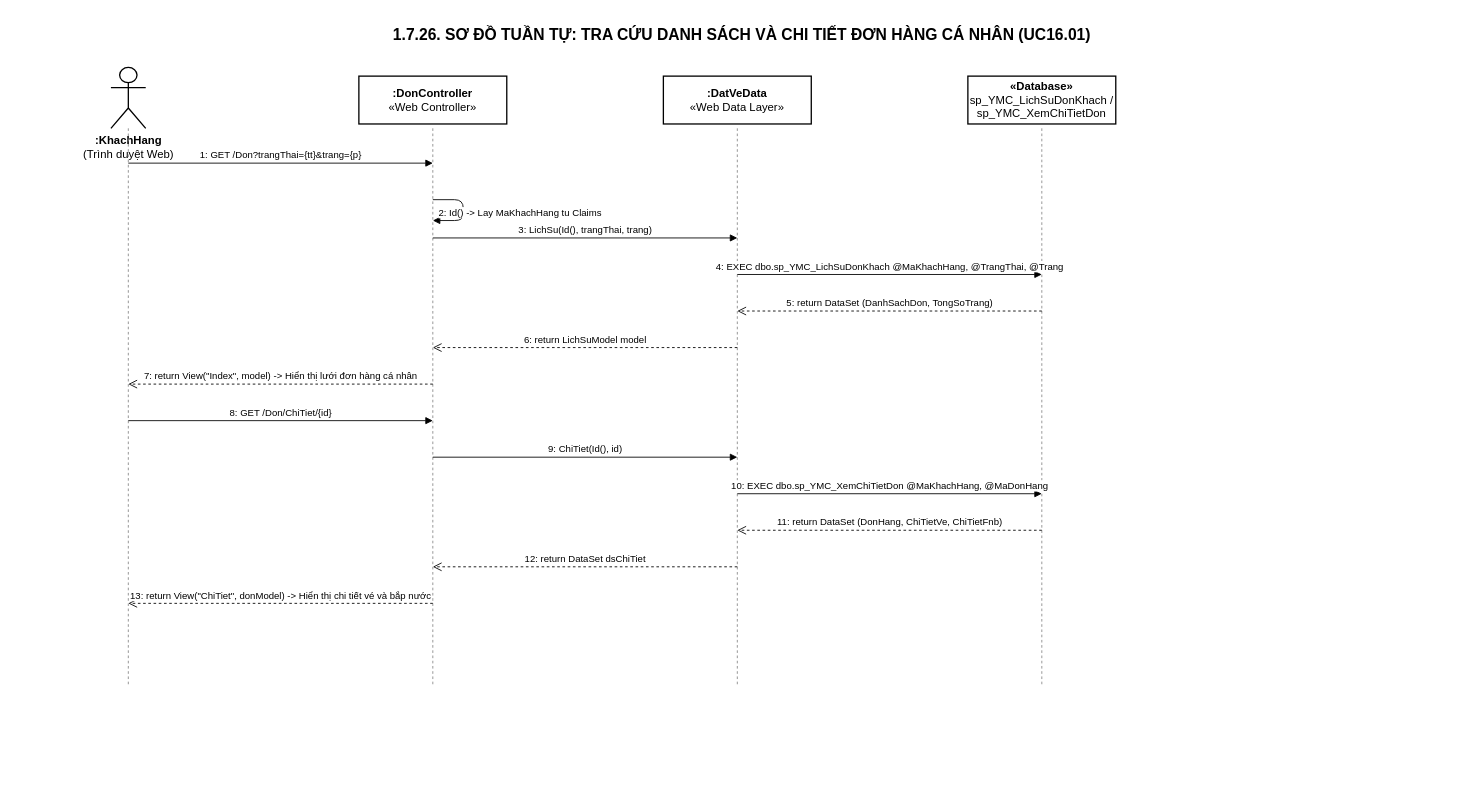
ThanhDat-png/YeuMinhEmCinema keeps this draw.io diagram as Docs/Diagrams/23-Sequence-26-TraCuuDonHangWeb.drawio. Above is the earlier version. Source tidied: cells renumbered, new cells numbered last; positions are measured from the earlier drawing's top-left corner, leaving out a move shared by most shapes. Both pictures are drawn from the tidied source at 87%, with x=0, y=0 at pixel (32, 19).
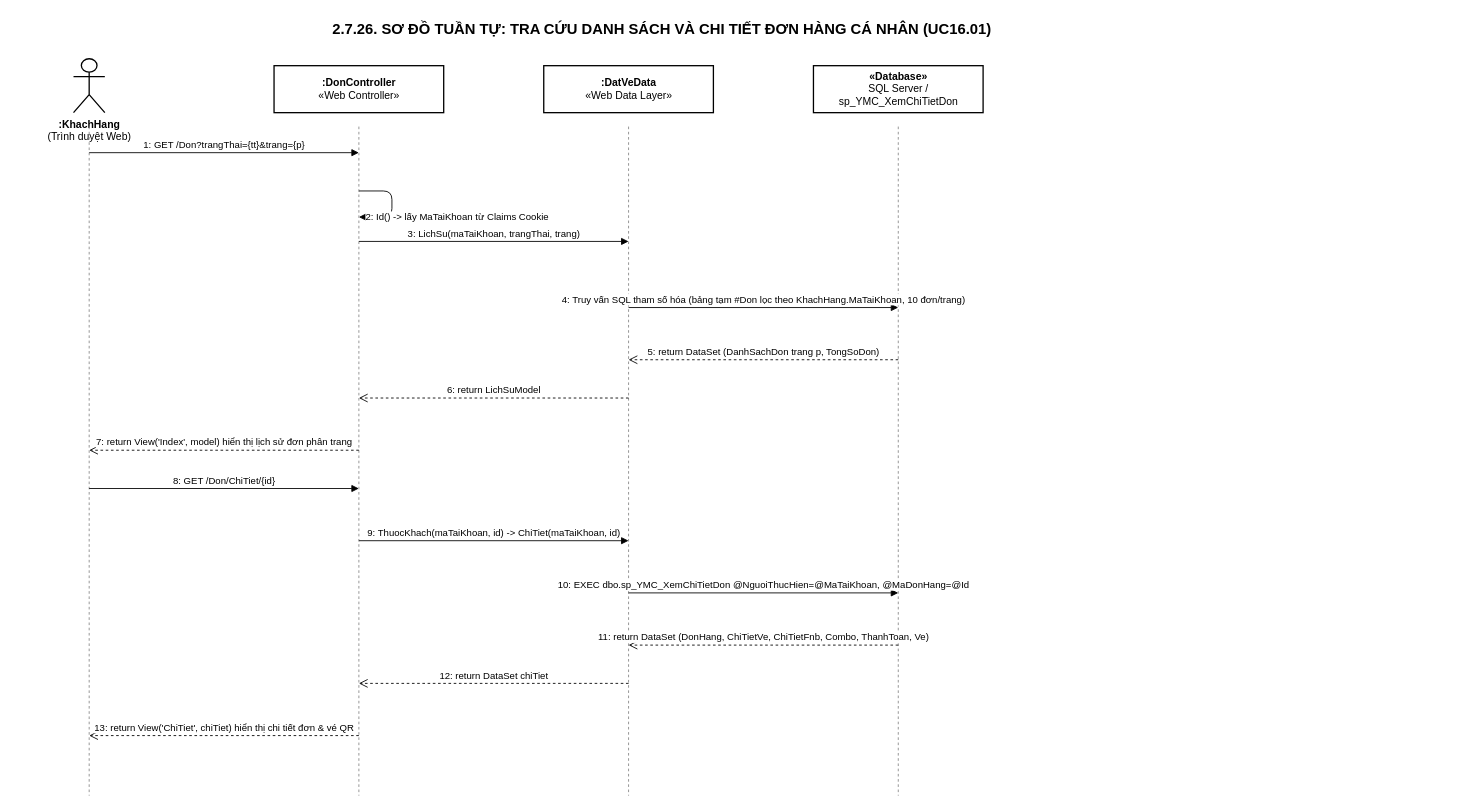
Above is the later version.

The edit, as a diff of the source:
```diff
@@
-    <mxCell id="2" value="1.7.26. SƠ ĐỒ TUẦN TỰ: TRA CỨU DANH SÁCH VÀ CHI TIẾT ĐƠN HÀNG CÁ NHÂN (UC16.01)" style="text;html=1;align=center;verticalAlign=middle;fontFamily=Arial;fontSize=18;fontStyle=1;fontColor=#000000;fillColor=none;strokeColor=none;" parent="1" vertex="1">
-      <mxGeometry width="1630" height="35" as="geometry" />
+    <mxCell id="2" value="2.7.26. SƠ ĐỒ TUẦN TỰ: TRA CỨU DANH SÁCH VÀ CHI TIẾT ĐƠN HÀNG CÁ NHÂN (UC16.01)" style="text;html=1;align=center;verticalAlign=middle;fontFamily=Arial;fontSize=17;fontStyle=1;fontColor=#000000;fillColor=none;strokeColor=none;" parent="1" vertex="1">
+      <mxGeometry x="-20" y="-5" width="1485" height="34" as="geometry" />
     </mxCell>
-    <mxCell id="3" value="&lt;b&gt;:KhachHang&lt;/b&gt;&lt;br&gt;(Trình duyệt Web)" style="shape=umlActor;verticalLabelPosition=bottom;verticalAlign=top;html=1;fontFamily=Arial;fontSize=13;fontColor=#000000;strokeColor=#000000;strokeWidth=1.5;fillColor=#ffffff;" parent="1" vertex="1">
-      <mxGeometry x="90" y="55" width="40" height="70" as="geometry" />
+    <mxCell id="3" value="&lt;b&gt;:KhachHang&lt;/b&gt;&lt;br&gt;(Trình duyệt Web)" style="shape=umlActor;verticalLabelPosition=bottom;verticalAlign=top;html=1;fontFamily=Arial;fontSize=12;fontColor=#000000;strokeColor=#000000;strokeWidth=1.5;fillColor=#ffffff;" parent="1" vertex="1">
+      <mxGeometry x="47" y="45" width="36" height="62" as="geometry" />
     </mxCell>
-    <mxCell id="4" style="line;strokeWidth=1;dashed=1;labelPosition=top;verticalLabelPosition=bottom;align=center;verticalAlign=top;strokeColor=#888888;direction=south;" parent="1" vertex="1">
-      <mxGeometry x="105" y="125" width="10" height="640" as="geometry" />
-    </mxCell>
+    <mxCell id="24" style="line;strokeWidth=1;dashed=1;strokeColor=#888888;direction=south;" parent="1" vertex="1">
+      <mxGeometry x="60" y="123" width="10" height="769" as="geometry" />
+    </mxCell>
-    <mxCell id="5" value="&lt;b&gt;:DonController&lt;/b&gt;&lt;br&gt;«Web Controller»" style="rounded=0;whiteSpace=wrap;html=1;fontFamily=Arial;fontSize=13;fillColor=#ffffff;strokeColor=#000000;strokeWidth=1.5;fontColor=#000000;" parent="1" vertex="1">
-      <mxGeometry x="375" y="65" width="170" height="55" as="geometry" />
+    <mxCell id="5" value="&lt;b&gt;:DonController&lt;/b&gt;&lt;br&gt;«Web Controller»" style="rounded=0;whiteSpace=wrap;html=1;fontFamily=Arial;fontSize=12;fillColor=#ffffff;strokeColor=#000000;strokeWidth=1.5;fontColor=#000000;" parent="1" vertex="1">
+      <mxGeometry x="277.5" y="53" width="195" height="54" as="geometry" />
     </mxCell>
-    <mxCell id="6" style="line;strokeWidth=1;dashed=1;labelPosition=top;verticalLabelPosition=bottom;align=center;verticalAlign=top;strokeColor=#888888;direction=south;" parent="1" vertex="1">
-      <mxGeometry x="455" y="125" width="10" height="640" as="geometry" />
-    </mxCell>
+    <mxCell id="25" style="line;strokeWidth=1;dashed=1;strokeColor=#888888;direction=south;" parent="1" vertex="1">
+      <mxGeometry x="370" y="123" width="10" height="769" as="geometry" />
+    </mxCell>
-    <mxCell id="7" value="&lt;b&gt;:DatVeData&lt;/b&gt;&lt;br&gt;«Web Data Layer»" style="rounded=0;whiteSpace=wrap;html=1;fontFamily=Arial;fontSize=13;fillColor=#ffffff;strokeColor=#000000;strokeWidth=1.5;fontColor=#000000;" parent="1" vertex="1">
-      <mxGeometry x="725" y="65" width="170" height="55" as="geometry" />
+    <mxCell id="7" value="&lt;b&gt;:DatVeData&lt;/b&gt;&lt;br&gt;«Web Data Layer»" style="rounded=0;whiteSpace=wrap;html=1;fontFamily=Arial;fontSize=12;fillColor=#ffffff;strokeColor=#000000;strokeWidth=1.5;fontColor=#000000;" parent="1" vertex="1">
+      <mxGeometry x="587.5" y="53" width="195" height="54" as="geometry" />
     </mxCell>
-    <mxCell id="8" style="line;strokeWidth=1;dashed=1;labelPosition=top;verticalLabelPosition=bottom;align=center;verticalAlign=top;strokeColor=#888888;direction=south;" parent="1" vertex="1">
-      <mxGeometry x="805" y="125" width="10" height="640" as="geometry" />
-    </mxCell>
-    <mxCell id="9" value="&lt;b&gt;«Database»&lt;/b&gt;&lt;br&gt;sp_YMC_LichSuDonKhach / sp_YMC_XemChiTietDon" style="rounded=0;whiteSpace=wrap;html=1;fontFamily=Arial;fontSize=13;fillColor=#ffffff;strokeColor=#000000;strokeWidth=1.5;fontColor=#000000;" parent="1" vertex="1">
-      <mxGeometry x="1075" y="65" width="170" height="55" as="geometry" />
-    </mxCell>
-    <mxCell id="10" style="line;strokeWidth=1;dashed=1;labelPosition=top;verticalLabelPosition=bottom;align=center;verticalAlign=top;strokeColor=#888888;direction=south;" parent="1" vertex="1">
-      <mxGeometry x="1155" y="125" width="10" height="640" as="geometry" />
-    </mxCell>
+    <mxCell id="26" style="line;strokeWidth=1;dashed=1;strokeColor=#888888;direction=south;" parent="1" vertex="1">
+      <mxGeometry x="680" y="123" width="10" height="769" as="geometry" />
+    </mxCell>
+    <mxCell id="27" value="&lt;b&gt;«Database»&lt;/b&gt;&lt;br&gt;SQL Server / sp_YMC_XemChiTietDon" style="rounded=0;whiteSpace=wrap;html=1;fontFamily=Arial;fontSize=12;fillColor=#ffffff;strokeColor=#000000;strokeWidth=1.5;fontColor=#000000;" parent="1" vertex="1">
+      <mxGeometry x="897.5" y="53" width="195" height="54" as="geometry" />
+    </mxCell>
+    <mxCell id="28" style="line;strokeWidth=1;dashed=1;strokeColor=#888888;direction=south;" parent="1" vertex="1">
+      <mxGeometry x="990" y="123" width="10" height="769" as="geometry" />
+    </mxCell>
+    <mxCell id="29" value="1: GET /Don?trangThai={tt}&amp;trang={p}" style="html=1;verticalAlign=bottom;endArrow=block;strokeColor=#000000;fontFamily=Arial;fontSize=11;fontColor=#000000;" parent="1" edge="1">
+      <mxGeometry relative="1" as="geometry">
+        <mxPoint x="65" y="153" as="sourcePoint" />
+        <mxPoint x="375" y="153" as="targetPoint" />
+      </mxGeometry>
+    </mxCell>
-    <mxCell id="11" value="1: GET /Don?trangThai={tt}&amp;trang={p}" style="html=1;verticalAlign=bottom;endArrow=block;strokeColor=#000000;fontFamily=Arial;fontSize=11;fontColor=#000000;" parent="1" edge="1">
-      <mxGeometry relative="1" as="geometry">
-        <mxPoint x="110" y="165" as="sourcePoint" />
-        <mxPoint x="460" y="165" as="targetPoint" />
+    <mxCell id="11" value="2: Id() -&gt; lấy MaTaiKhoan từ Claims Cookie" style="edgeStyle=orthogonalEdgeStyle;html=1;align=left;spacingLeft=6;verticalAlign=middle;endArrow=block;strokeColor=#000000;fontFamily=Arial;fontSize=11;fontColor=#000000;" parent="1" edge="1">
+      <mxGeometry x="1" relative="1" as="geometry">
+        <mxPoint x="375" y="197" as="sourcePoint" />
+        <mxPoint x="375" y="227" as="targetPoint" />
+        <Array as="points">
+          <mxPoint x="413" y="197" />
+          <mxPoint x="413" y="227" />
+        </Array>
       </mxGeometry>
     </mxCell>
-    <mxCell id="12" value="2: Id() -&gt; Lay MaKhachHang tu Claims" style="edgeStyle=orthogonalEdgeStyle;html=1;align=left;spacingLeft=5;verticalAlign=bottom;endArrow=block;strokeColor=#000000;fontFamily=Arial;fontSize=11;fontColor=#000000;" parent="1" edge="1">
-      <mxGeometry x="1" relative="1" as="geometry">
-        <mxPoint x="460" y="207" as="sourcePoint" />
-        <mxPoint x="460" y="231" as="targetPoint" />
-        <Array as="points">
-          <mxPoint x="495" y="207" />
-          <mxPoint x="495" y="231" />
-        </Array>
+    <mxCell id="12" value="3: LichSu(maTaiKhoan, trangThai, trang)" style="html=1;verticalAlign=bottom;endArrow=block;strokeColor=#000000;fontFamily=Arial;fontSize=11;fontColor=#000000;" parent="1" edge="1">
+      <mxGeometry relative="1" as="geometry">
+        <mxPoint x="375" y="255" as="sourcePoint" />
+        <mxPoint x="685" y="255" as="targetPoint" />
       </mxGeometry>
     </mxCell>
-    <mxCell id="13" value="3: LichSu(Id(), trangThai, trang)" style="html=1;verticalAlign=bottom;endArrow=block;strokeColor=#000000;fontFamily=Arial;fontSize=11;fontColor=#000000;" parent="1" edge="1">
+    <mxCell id="13" value="4: Truy vấn SQL tham số hóa (bảng tạm #Don lọc theo KhachHang.MaTaiKhoan, 10 đơn/trang)" style="html=1;verticalAlign=bottom;endArrow=block;strokeColor=#000000;fontFamily=Arial;fontSize=11;fontColor=#000000;" parent="1" edge="1">
       <mxGeometry relative="1" as="geometry">
-        <mxPoint x="460" y="251" as="sourcePoint" />
-        <mxPoint x="810" y="251" as="targetPoint" />
+        <mxPoint x="685" y="331" as="sourcePoint" />
+        <mxPoint x="995" y="331" as="targetPoint" />
       </mxGeometry>
     </mxCell>
-    <mxCell id="14" value="4: EXEC dbo.sp_YMC_LichSuDonKhach @MaKhachHang, @TrangThai, @Trang" style="html=1;verticalAlign=bottom;endArrow=block;strokeColor=#000000;fontFamily=Arial;fontSize=11;fontColor=#000000;" parent="1" edge="1">
+    <mxCell id="14" value="5: return DataSet (DanhSachDon trang p, TongSoDon)" style="html=1;verticalAlign=bottom;endArrow=open;dashed=1;endSize=8;strokeColor=#000000;fontFamily=Arial;fontSize=11;fontColor=#000000;" parent="1" edge="1">
       <mxGeometry relative="1" as="geometry">
-        <mxPoint x="810" y="293" as="sourcePoint" />
-        <mxPoint x="1160" y="293" as="targetPoint" />
+        <mxPoint x="995" y="391" as="sourcePoint" />
+        <mxPoint x="685" y="391" as="targetPoint" />
       </mxGeometry>
     </mxCell>
-    <mxCell id="15" value="5: return DataSet (DanhSachDon, TongSoTrang)" style="html=1;verticalAlign=bottom;endArrow=open;dashed=1;endSize=8;strokeColor=#000000;fontFamily=Arial;fontSize=11;fontColor=#000000;" parent="1" edge="1">
+    <mxCell id="15" value="6: return LichSuModel" style="html=1;verticalAlign=bottom;endArrow=open;dashed=1;endSize=8;strokeColor=#000000;fontFamily=Arial;fontSize=11;fontColor=#000000;" parent="1" edge="1">
       <mxGeometry relative="1" as="geometry">
-        <mxPoint x="1160" y="335" as="sourcePoint" />
-        <mxPoint x="810" y="335" as="targetPoint" />
+        <mxPoint x="685" y="435" as="sourcePoint" />
+        <mxPoint x="375" y="435" as="targetPoint" />
       </mxGeometry>
     </mxCell>
-    <mxCell id="16" value="6: return LichSuModel model" style="html=1;verticalAlign=bottom;endArrow=open;dashed=1;endSize=8;strokeColor=#000000;fontFamily=Arial;fontSize=11;fontColor=#000000;" parent="1" edge="1">
+    <mxCell id="16" value="7: return View('Index', model) hiển thị lịch sử đơn phân trang" style="html=1;verticalAlign=bottom;endArrow=open;dashed=1;endSize=8;strokeColor=#000000;fontFamily=Arial;fontSize=11;fontColor=#000000;" parent="1" edge="1">
       <mxGeometry relative="1" as="geometry">
-        <mxPoint x="810" y="377" as="sourcePoint" />
-        <mxPoint x="460" y="377" as="targetPoint" />
+        <mxPoint x="375" y="495" as="sourcePoint" />
+        <mxPoint x="65" y="495" as="targetPoint" />
       </mxGeometry>
     </mxCell>
-    <mxCell id="17" value="7: return View(&quot;Index&quot;, model) -&gt; Hiển thị lưới đơn hàng cá nhân" style="html=1;verticalAlign=bottom;endArrow=open;dashed=1;endSize=8;strokeColor=#000000;fontFamily=Arial;fontSize=11;fontColor=#000000;" parent="1" edge="1">
+    <mxCell id="17" value="8: GET /Don/ChiTiet/{id}" style="html=1;verticalAlign=bottom;endArrow=block;strokeColor=#000000;fontFamily=Arial;fontSize=11;fontColor=#000000;" parent="1" edge="1">
       <mxGeometry relative="1" as="geometry">
-        <mxPoint x="460" y="419" as="sourcePoint" />
-        <mxPoint x="110" y="419" as="targetPoint" />
+        <mxPoint x="65" y="539" as="sourcePoint" />
+        <mxPoint x="375" y="539" as="targetPoint" />
       </mxGeometry>
     </mxCell>
-    <mxCell id="18" value="8: GET /Don/ChiTiet/{id}" style="html=1;verticalAlign=bottom;endArrow=block;strokeColor=#000000;fontFamily=Arial;fontSize=11;fontColor=#000000;" parent="1" edge="1">
+    <mxCell id="18" value="9: ThuocKhach(maTaiKhoan, id) -&gt; ChiTiet(maTaiKhoan, id)" style="html=1;verticalAlign=bottom;endArrow=block;strokeColor=#000000;fontFamily=Arial;fontSize=11;fontColor=#000000;" parent="1" edge="1">
       <mxGeometry relative="1" as="geometry">
-        <mxPoint x="110" y="461" as="sourcePoint" />
-        <mxPoint x="460" y="461" as="targetPoint" />
+        <mxPoint x="375" y="599" as="sourcePoint" />
+        <mxPoint x="685" y="599" as="targetPoint" />
       </mxGeometry>
     </mxCell>
-    <mxCell id="19" value="9: ChiTiet(Id(), id)" style="html=1;verticalAlign=bottom;endArrow=block;strokeColor=#000000;fontFamily=Arial;fontSize=11;fontColor=#000000;" parent="1" edge="1">
+    <mxCell id="19" value="10: EXEC dbo.sp_YMC_XemChiTietDon @NguoiThucHien=@MaTaiKhoan, @MaDonHang=@Id" style="html=1;verticalAlign=bottom;endArrow=block;strokeColor=#000000;fontFamily=Arial;fontSize=11;fontColor=#000000;" parent="1" edge="1">
       <mxGeometry relative="1" as="geometry">
-        <mxPoint x="460" y="503" as="sourcePoint" />
-        <mxPoint x="810" y="503" as="targetPoint" />
+        <mxPoint x="685" y="659" as="sourcePoint" />
+        <mxPoint x="995" y="659" as="targetPoint" />
       </mxGeometry>
     </mxCell>
-    <mxCell id="20" value="10: EXEC dbo.sp_YMC_XemChiTietDon @MaKhachHang, @MaDonHang" style="html=1;verticalAlign=bottom;endArrow=block;strokeColor=#000000;fontFamily=Arial;fontSize=11;fontColor=#000000;" parent="1" edge="1">
+    <mxCell id="20" value="11: return DataSet (DonHang, ChiTietVe, ChiTietFnb, Combo, ThanhToan, Ve)" style="html=1;verticalAlign=bottom;endArrow=open;dashed=1;endSize=8;strokeColor=#000000;fontFamily=Arial;fontSize=11;fontColor=#000000;" parent="1" edge="1">
       <mxGeometry relative="1" as="geometry">
-        <mxPoint x="810" y="545" as="sourcePoint" />
-        <mxPoint x="1160" y="545" as="targetPoint" />
+        <mxPoint x="995" y="719" as="sourcePoint" />
+        <mxPoint x="685" y="719" as="targetPoint" />
       </mxGeometry>
     </mxCell>
-    <mxCell id="21" value="11: return DataSet (DonHang, ChiTietVe, ChiTietFnb)" style="html=1;verticalAlign=bottom;endArrow=open;dashed=1;endSize=8;strokeColor=#000000;fontFamily=Arial;fontSize=11;fontColor=#000000;" parent="1" edge="1">
+    <mxCell id="21" value="12: return DataSet chiTiet" style="html=1;verticalAlign=bottom;endArrow=open;dashed=1;endSize=8;strokeColor=#000000;fontFamily=Arial;fontSize=11;fontColor=#000000;" parent="1" edge="1">
       <mxGeometry relative="1" as="geometry">
-        <mxPoint x="1160" y="587" as="sourcePoint" />
-        <mxPoint x="810" y="587" as="targetPoint" />
+        <mxPoint x="685" y="763" as="sourcePoint" />
+        <mxPoint x="375" y="763" as="targetPoint" />
       </mxGeometry>
     </mxCell>
-    <mxCell id="22" value="12: return DataSet dsChiTiet" style="html=1;verticalAlign=bottom;endArrow=open;dashed=1;endSize=8;strokeColor=#000000;fontFamily=Arial;fontSize=11;fontColor=#000000;" parent="1" edge="1">
+    <mxCell id="22" value="13: return View('ChiTiet', chiTiet) hiển thị chi tiết đơn &amp; vé QR" style="html=1;verticalAlign=bottom;endArrow=open;dashed=1;endSize=8;strokeColor=#000000;fontFamily=Arial;fontSize=11;fontColor=#000000;" parent="1" edge="1">
       <mxGeometry relative="1" as="geometry">
-        <mxPoint x="810" y="629" as="sourcePoint" />
-        <mxPoint x="460" y="629" as="targetPoint" />
+        <mxPoint x="375" y="823" as="sourcePoint" />
+        <mxPoint x="65" y="823" as="targetPoint" />
       </mxGeometry>
     </mxCell>
-    <mxCell id="23" value="13: return View(&quot;ChiTiet&quot;, donModel) -&gt; Hiển thị chi tiết vé và bắp nước" style="html=1;verticalAlign=bottom;endArrow=open;dashed=1;endSize=8;strokeColor=#000000;fontFamily=Arial;fontSize=11;fontColor=#000000;" parent="1" edge="1">
-      <mxGeometry relative="1" as="geometry">
-        <mxPoint x="460" y="671" as="sourcePoint" />
-        <mxPoint x="110" y="671" as="targetPoint" />
-      </mxGeometry>
-    </mxCell>
```
